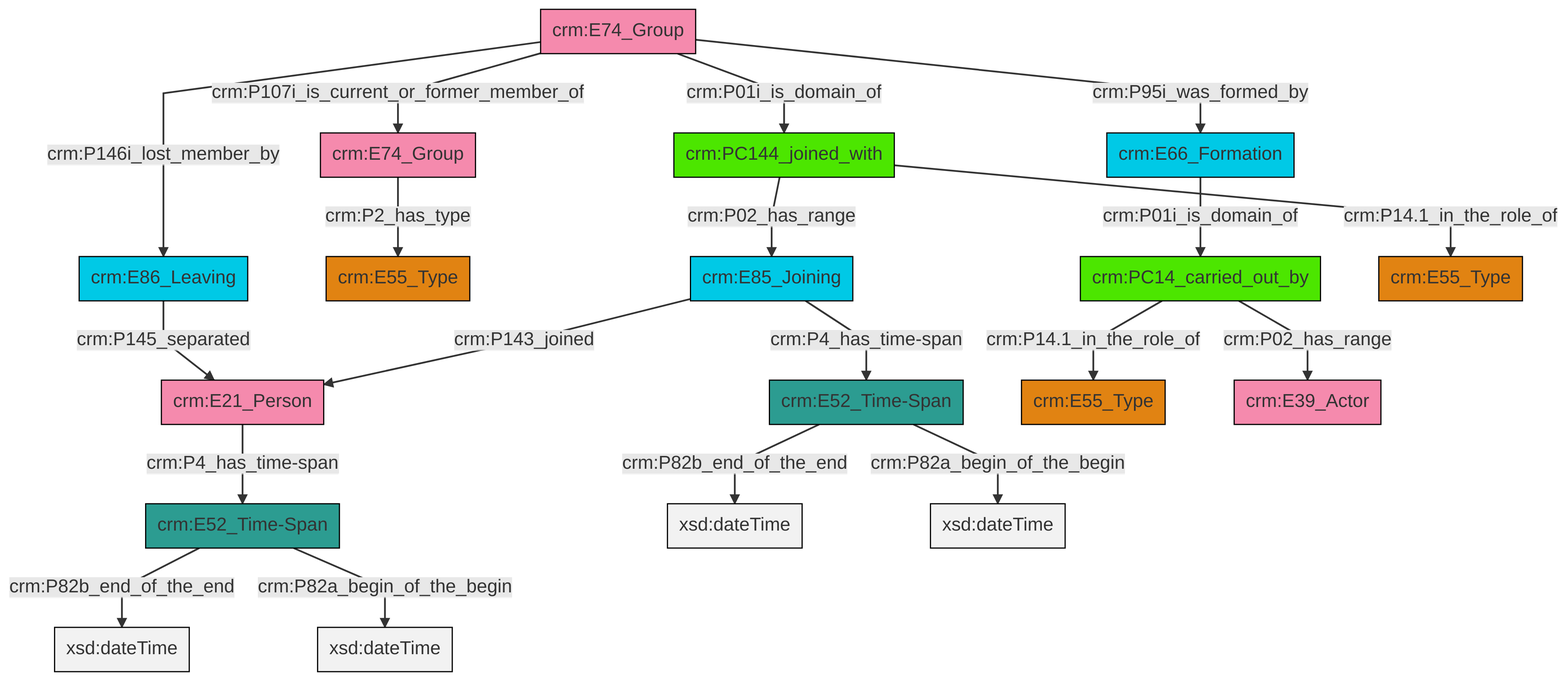
This is et/groupCSV/ttl/mmd/png/group_actor_relations.png from swiss-art-research-net/reference-data-models, a Mermaid export, as it was before one commit. Its source is kept beside it as et/groupCSV/ttl/mmd/group_actor_relations.ttl.mmd.
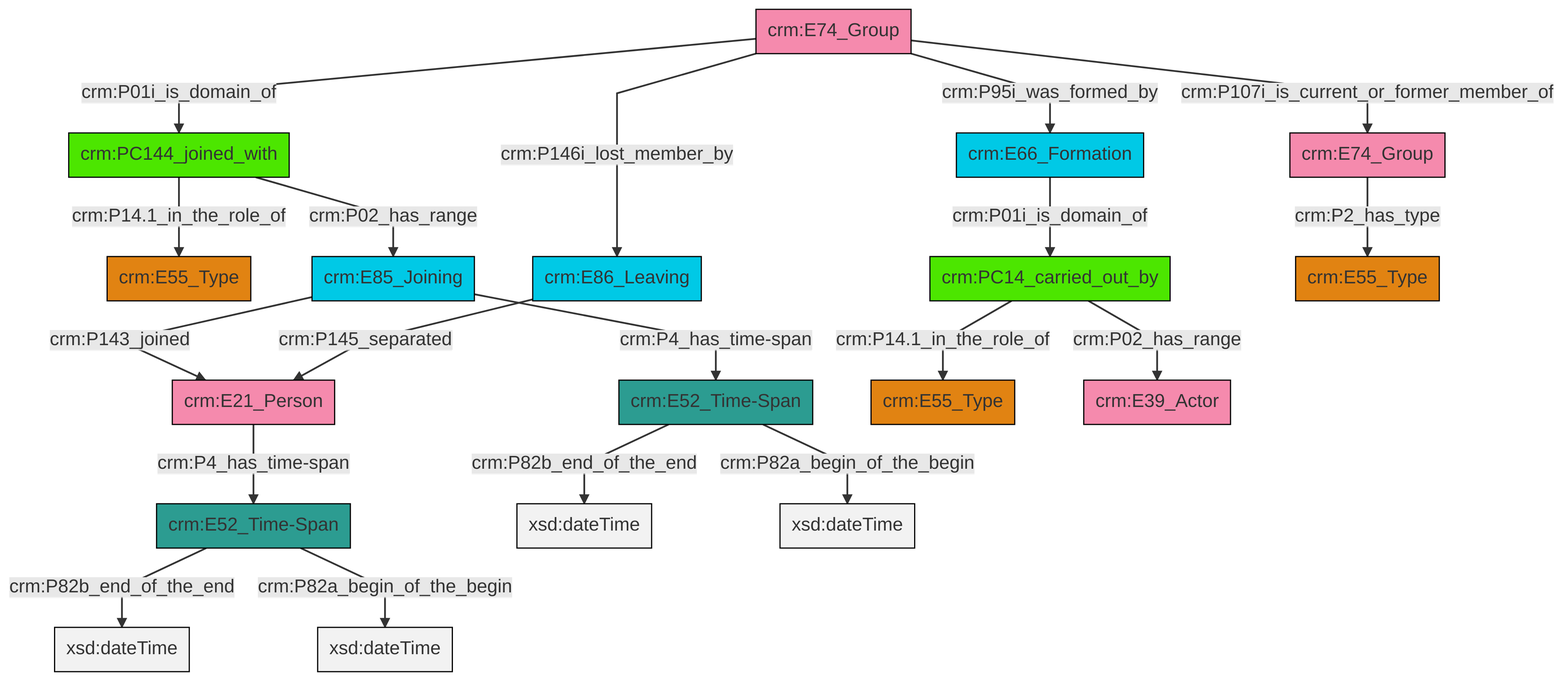
The same diagram one commit later.

The edit, as a diff of the source:
```diff
@@ -13,21 +13,21 @@
 classDef PC_Classes fill:#4ce600, stroke:#000000;
 classDef Multi fill:#cccccc,stroke:#000000;
 
-0["crm:E74_Group"]:::Actor -->|crm:P146i_lost_member_by| 1["crm:E86_Leaving"]:::Temporal_Entity
-3["crm:E21_Person"]:::Actor -->|crm:P4_has_time-span| 4["crm:E52_Time-Span"]:::Time-Span
-1["crm:E86_Leaving"]:::Temporal_Entity -->|crm:P145_separated| 3["crm:E21_Person"]:::Actor
-12["crm:E52_Time-Span"]:::Time-Span -->|crm:P82b_end_of_the_end| 13[xsd:dateTime]:::Literal
-4["crm:E52_Time-Span"]:::Time-Span -->|crm:P82b_end_of_the_end| 14[xsd:dateTime]:::Literal
-0["crm:E74_Group"]:::Actor -->|crm:P01i_is_domain_of| 17["crm:PC144_joined_with"]:::PC_Classes
-21["crm:E66_Formation"]:::Temporal_Entity -->|crm:P01i_is_domain_of| 10["crm:PC14_carried_out_by"]:::PC_Classes
-17["crm:PC144_joined_with"]:::PC_Classes -->|crm:P02_has_range| 22["crm:E85_Joining"]:::Temporal_Entity
-10["crm:PC14_carried_out_by"]:::PC_Classes -->|crm:P14.1_in_the_role_of| 18["crm:E55_Type"]:::Type
-0["crm:E74_Group"]:::Actor -->|crm:P95i_was_formed_by| 21["crm:E66_Formation"]:::Temporal_Entity
-4["crm:E52_Time-Span"]:::Time-Span -->|crm:P82a_begin_of_the_begin| 27[xsd:dateTime]:::Literal
-12["crm:E52_Time-Span"]:::Time-Span -->|crm:P82a_begin_of_the_begin| 29[xsd:dateTime]:::Literal
-22["crm:E85_Joining"]:::Temporal_Entity -->|crm:P4_has_time-span| 12["crm:E52_Time-Span"]:::Time-Span
-0["crm:E74_Group"]:::Actor -->|crm:P107i_is_current_or_former_member_of| 15["crm:E74_Group"]:::Actor
-10["crm:PC14_carried_out_by"]:::PC_Classes -->|crm:P02_has_range| 31["crm:E39_Actor"]:::Actor
-22["crm:E85_Joining"]:::Temporal_Entity -->|crm:P143_joined| 3["crm:E21_Person"]:::Actor
-15["crm:E74_Group"]:::Actor -->|crm:P2_has_type| 5["crm:E55_Type"]:::Type
-17["crm:PC144_joined_with"]:::PC_Classes -->|crm:P14.1_in_the_role_of| 24["crm:E55_Type"]:::Type
+0["crm:E21_Person"]:::Actor -->|crm:P4_has_time-span| 1["crm:E52_Time-Span"]:::Time-Span
+1["crm:E52_Time-Span"]:::Time-Span -->|crm:P82b_end_of_the_end| 6[xsd:dateTime]:::Literal
+7["crm:E85_Joining"]:::Temporal_Entity -->|crm:P143_joined| 0["crm:E21_Person"]:::Actor
+8["crm:E74_Group"]:::Actor -->|crm:P146i_lost_member_by| 9["crm:E86_Leaving"]:::Temporal_Entity
+7["crm:E85_Joining"]:::Temporal_Entity -->|crm:P4_has_time-span| 12["crm:E52_Time-Span"]:::Time-Span
+8["crm:E74_Group"]:::Actor -->|crm:P95i_was_formed_by| 10["crm:E66_Formation"]:::Temporal_Entity
+1["crm:E52_Time-Span"]:::Time-Span -->|crm:P82a_begin_of_the_begin| 16[xsd:dateTime]:::Literal
+14["crm:PC14_carried_out_by"]:::PC_Classes -->|crm:P02_has_range| 23["crm:E39_Actor"]:::Actor
+10["crm:E66_Formation"]:::Temporal_Entity -->|crm:P01i_is_domain_of| 14["crm:PC14_carried_out_by"]:::PC_Classes
+21["crm:PC144_joined_with"]:::PC_Classes -->|crm:P14.1_in_the_role_of| 2["crm:E55_Type"]:::Type
+8["crm:E74_Group"]:::Actor -->|crm:P107i_is_current_or_former_member_of| 4["crm:E74_Group"]:::Actor
+4["crm:E74_Group"]:::Actor -->|crm:P2_has_type| 17["crm:E55_Type"]:::Type
+14["crm:PC14_carried_out_by"]:::PC_Classes -->|crm:P14.1_in_the_role_of| 19["crm:E55_Type"]:::Type
+12["crm:E52_Time-Span"]:::Time-Span -->|crm:P82b_end_of_the_end| 30[xsd:dateTime]:::Literal
+8["crm:E74_Group"]:::Actor -->|crm:P01i_is_domain_of| 21["crm:PC144_joined_with"]:::PC_Classes
+12["crm:E52_Time-Span"]:::Time-Span -->|crm:P82a_begin_of_the_begin| 31[xsd:dateTime]:::Literal
+9["crm:E86_Leaving"]:::Temporal_Entity -->|crm:P145_separated| 0["crm:E21_Person"]:::Actor
+21["crm:PC144_joined_with"]:::PC_Classes -->|crm:P02_has_range| 7["crm:E85_Joining"]:::Temporal_Entity
```
